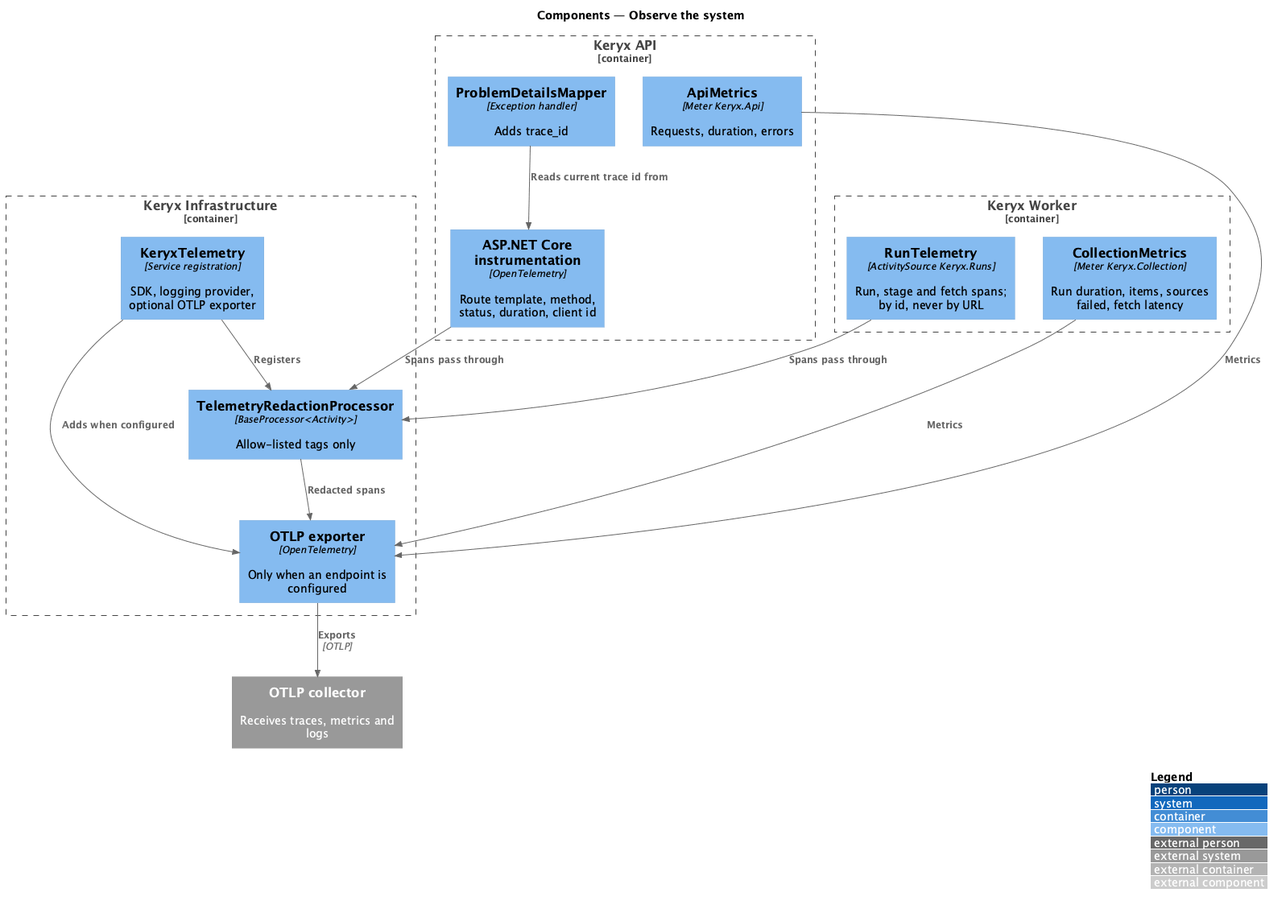
Earlier version of the PlantUML export docs/detailed-designs/operations/observe-the-system/diagrams/c4-component.png (QuinntyneBrown/keryx).
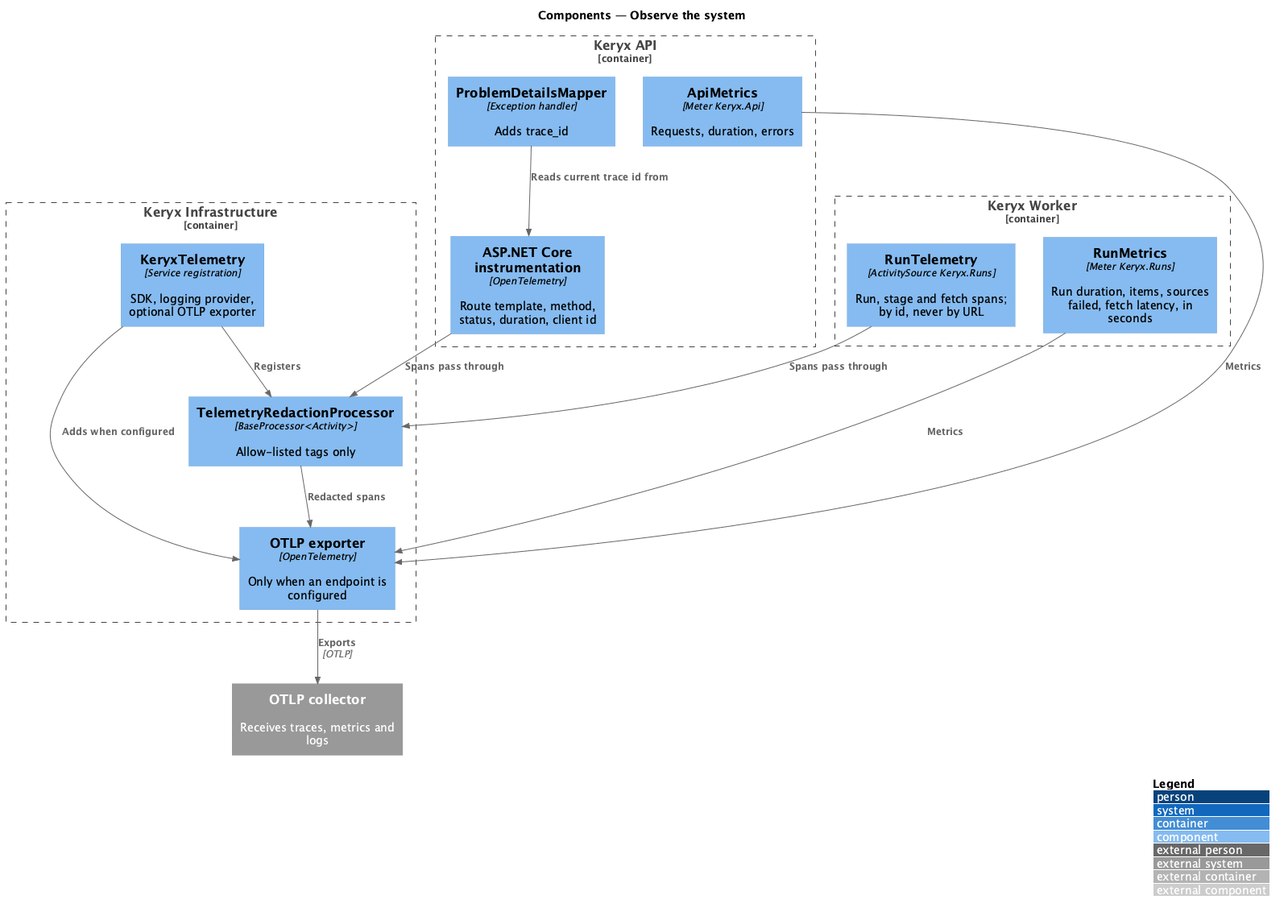
Above is the later version.

What changed in the source:
```diff
@@ -10,7 +10,7 @@
 }
 Container_Boundary(worker, "Keryx Worker") {
   Component(colt, "RunTelemetry", "ActivitySource Keryx.Runs", "Run, stage and fetch spans; by id, never by URL")
-  Component(colm, "CollectionMetrics", "Meter Keryx.Collection", "Run duration, items, sources failed, fetch latency")
+  Component(colm, "RunMetrics", "Meter Keryx.Runs", "Run duration, items, sources failed, fetch latency, in seconds")
 }
 Container_Boundary(infra, "Keryx Infrastructure") {
   Component(setup, "KeryxTelemetry", "Service registration", "SDK, logging provider, optional OTLP exporter")
```
